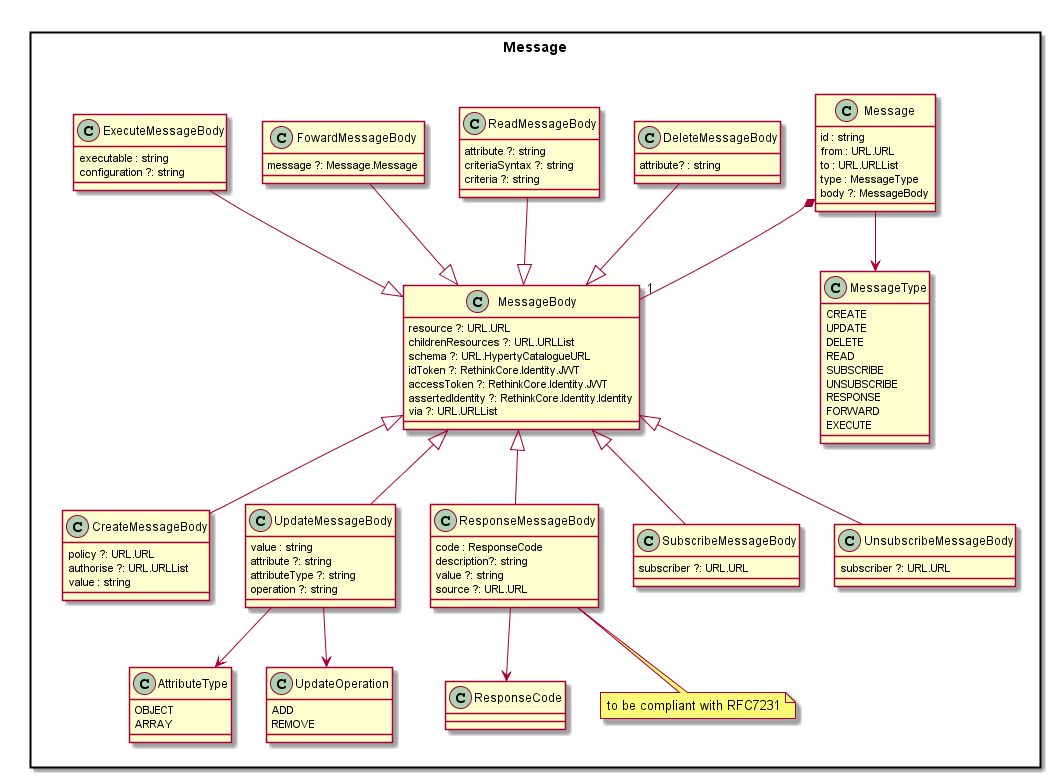
Earlier version of the PlantUML export docs/datamodel/Message-Data-Model.png (reTHINK-project/dev-service-framework).
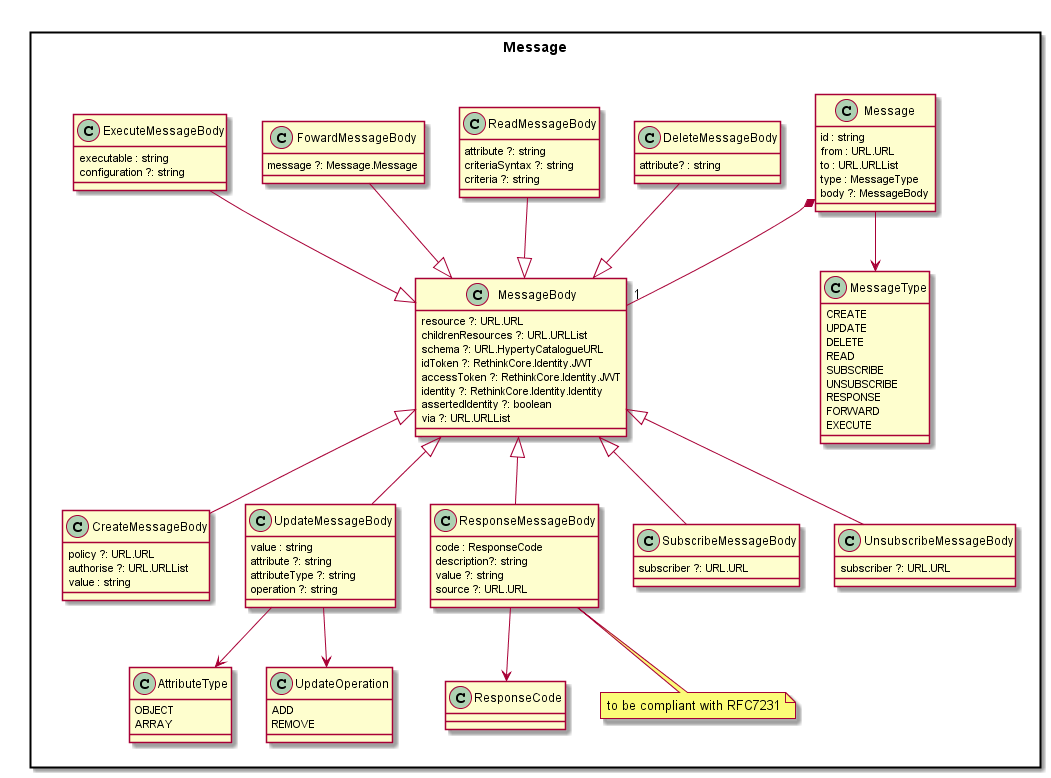
After the change.

Diff of the diagram source:
```diff
@@ -16,7 +16,8 @@
 		schema ?: URL.HypertyCatalogueURL
 		idToken ?: RethinkCore.Identity.JWT
 		accessToken ?: RethinkCore.Identity.JWT
-		assertedIdentity ?: RethinkCore.Identity.Identity
+		identity ?: RethinkCore.Identity.Identity
+		assertedIdentity ?: boolean
 		via ?: URL.URLList
 	}
 
```
